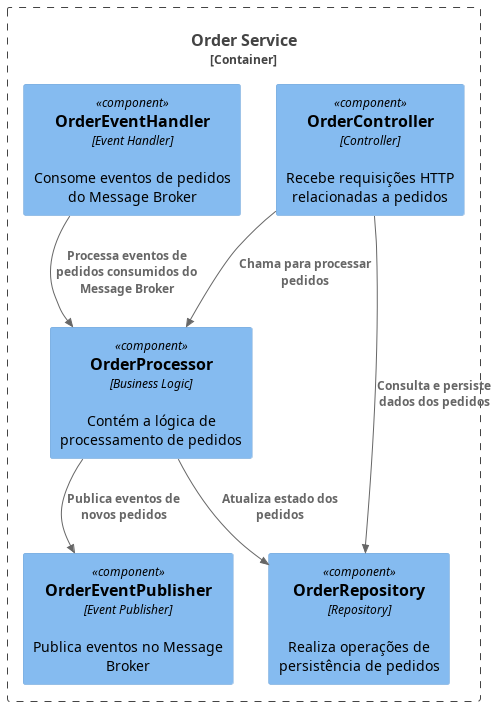
jnerydesigner/Bemol keeps this PlantUML diagram as assets/diagrams/out/n4-code/Code n4.png. Above is the earlier version. Source of this version:
```plantuml
@startuml Code n4
!include https://raw.githubusercontent.com/plantuml-stdlib/C4-PlantUML/master/C4_Component.puml

Container_Boundary(orderService, "Order Service") {

    Component(orderController, "OrderController", "Controller", "Recebe requisições HTTP relacionadas a pedidos")
    Component(orderEventHandler, "OrderEventHandler", "Event Handler", "Consome eventos de pedidos do Message Broker")
    Component(orderRepository, "OrderRepository", "Repository", "Realiza operações de persistência de pedidos")
    Component(orderProcessor, "OrderProcessor", "Business Logic", "Contém a lógica de processamento de pedidos")
    Component(orderEventPublisher, "OrderEventPublisher", "Event Publisher", "Publica eventos no Message Broker")
}

Rel(orderController, orderProcessor, "Chama para processar pedidos")
Rel(orderController, orderRepository, "Consulta e persiste dados dos pedidos")
Rel(orderProcessor, orderRepository, "Atualiza estado dos pedidos")
Rel(orderProcessor, orderEventPublisher, "Publica eventos de novos pedidos")
Rel(orderEventHandler, orderProcessor, "Processa eventos de pedidos consumidos do Message Broker")

@enduml
```
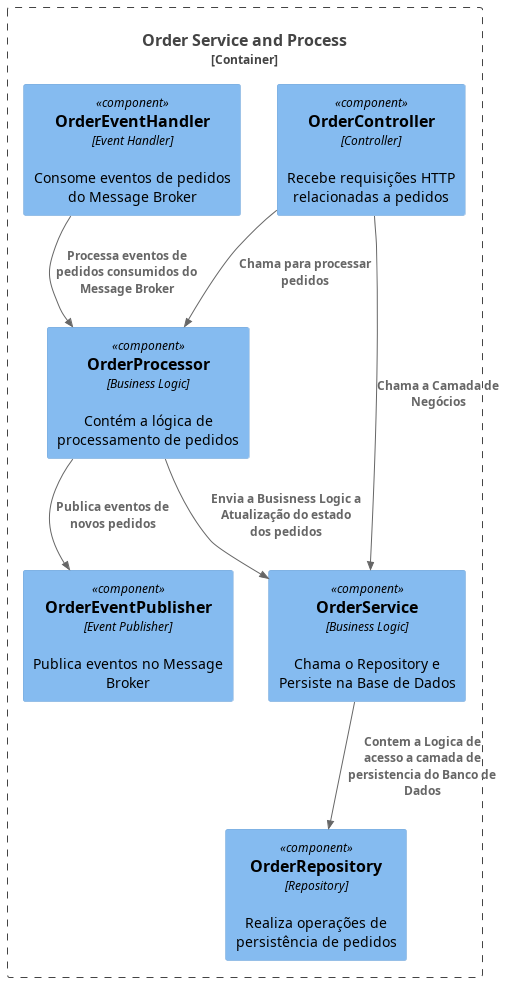
The same file after the commit.

The edit, as a diff of the source:
```diff
@@ -1,19 +1,21 @@
 @startuml Code n4
 !include https://raw.githubusercontent.com/plantuml-stdlib/C4-PlantUML/master/C4_Component.puml
 
-Container_Boundary(orderService, "Order Service") {
-
+Container_Boundary(orderServiceAndProcess, "Order Service and Process") {
     Component(orderController, "OrderController", "Controller", "Recebe requisições HTTP relacionadas a pedidos")
     Component(orderEventHandler, "OrderEventHandler", "Event Handler", "Consome eventos de pedidos do Message Broker")
     Component(orderRepository, "OrderRepository", "Repository", "Realiza operações de persistência de pedidos")
     Component(orderProcessor, "OrderProcessor", "Business Logic", "Contém a lógica de processamento de pedidos")
     Component(orderEventPublisher, "OrderEventPublisher", "Event Publisher", "Publica eventos no Message Broker")
+    Component(orderService, "OrderService", "Business Logic", "Chama o Repository e Persiste na Base de Dados")
 }
 
+
 Rel(orderController, orderProcessor, "Chama para processar pedidos")
-Rel(orderController, orderRepository, "Consulta e persiste dados dos pedidos")
-Rel(orderProcessor, orderRepository, "Atualiza estado dos pedidos")
+Rel(orderProcessor, orderService, "Envia a Busisness Logic a Atualização do estado dos pedidos")
 Rel(orderProcessor, orderEventPublisher, "Publica eventos de novos pedidos")
 Rel(orderEventHandler, orderProcessor, "Processa eventos de pedidos consumidos do Message Broker")
+Rel(orderController, orderService, "Chama a Camada de Negócios")
+Rel(orderService, orderRepository, "Contem a Logica de acesso a camada de persistencia do Banco de Dados")
 
 @enduml
```
